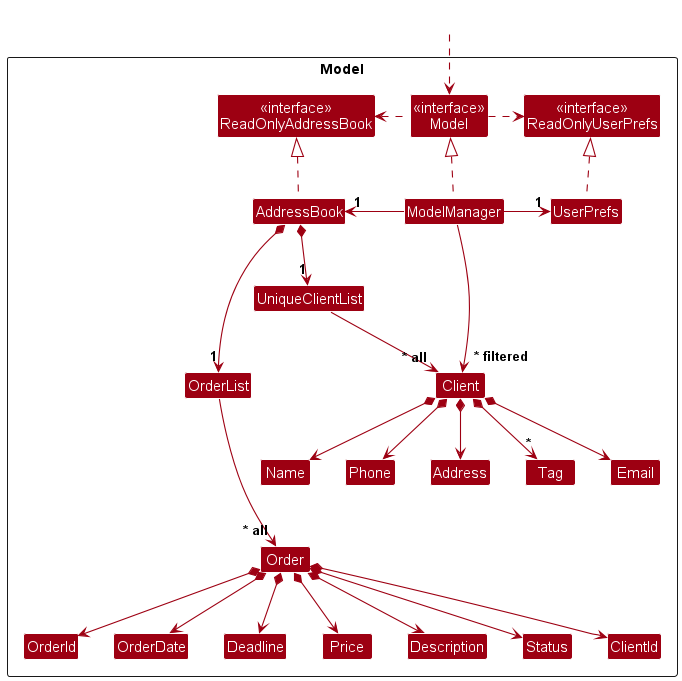
Above: docs/images/ModelClassDiagram.png in shavonneg/tp (PlantUML), before the change.
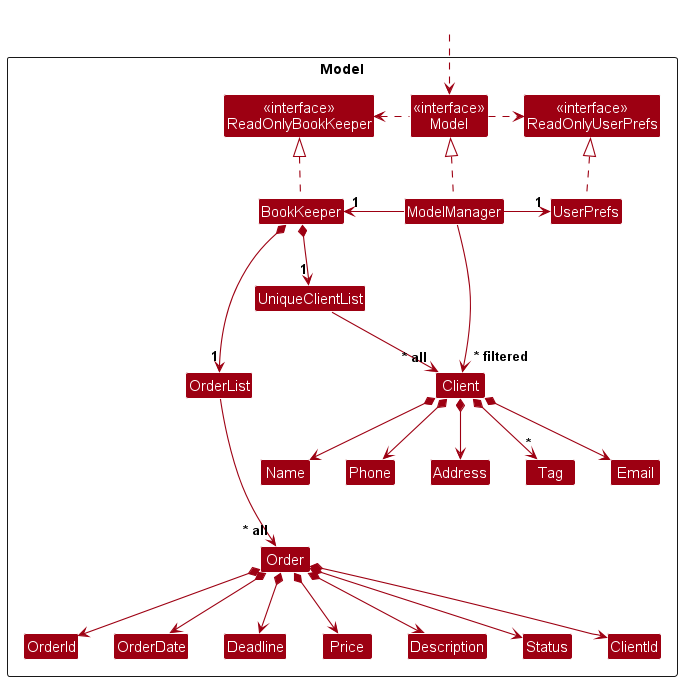
The same file after the commit.

Commit message:
Update the PUML to BookKeeper name

Diff of the diagram source:
```diff
@@ -5,10 +5,10 @@
 skinparam classBackgroundColor MODEL_COLOR
 
 Package Model as ModelPackage <<Rectangle>>{
-Class "<<interface>>\nReadOnlyAddressBook" as ReadOnlyAddressBook
+Class "<<interface>>\nReadOnlyBookKeeper" as ReadOnlyBookKeeper
 Class "<<interface>>\nReadOnlyUserPrefs" as ReadOnlyUserPrefs
 Class "<<interface>>\nModel" as Model
-Class AddressBook
+Class BookKeeper
 Class ModelManager
 Class UserPrefs
 
@@ -36,16 +36,16 @@
 Class HiddenOutside #FFFFFF
 HiddenOutside ..> Model
 
-AddressBook .up.|> ReadOnlyAddressBook
+BookKeeper .up.|> ReadOnlyBookKeeper
 
 ModelManager .up.|> Model
 Model .right.> ReadOnlyUserPrefs
-Model .left.> ReadOnlyAddressBook
-ModelManager -left-> "1" AddressBook
+Model .left.> ReadOnlyBookKeeper
+ModelManager -left-> "1" BookKeeper
 ModelManager -right-> "1" UserPrefs
 UserPrefs .up.|> ReadOnlyUserPrefs
 
-AddressBook *--> "1" UniqueClientList
+BookKeeper *--> "1" UniqueClientList
 UniqueClientList --> "~* all" Client
 Client *--> Name
 Client *--> Phone
@@ -59,7 +59,7 @@
 Phone -[hidden]right-> Address
 Address -[hidden]right-> Email
 
-AddressBook *--> "1" OrderList
+BookKeeper *--> "1" OrderList
 
 
 OrderList --> "~* all" Order
```
